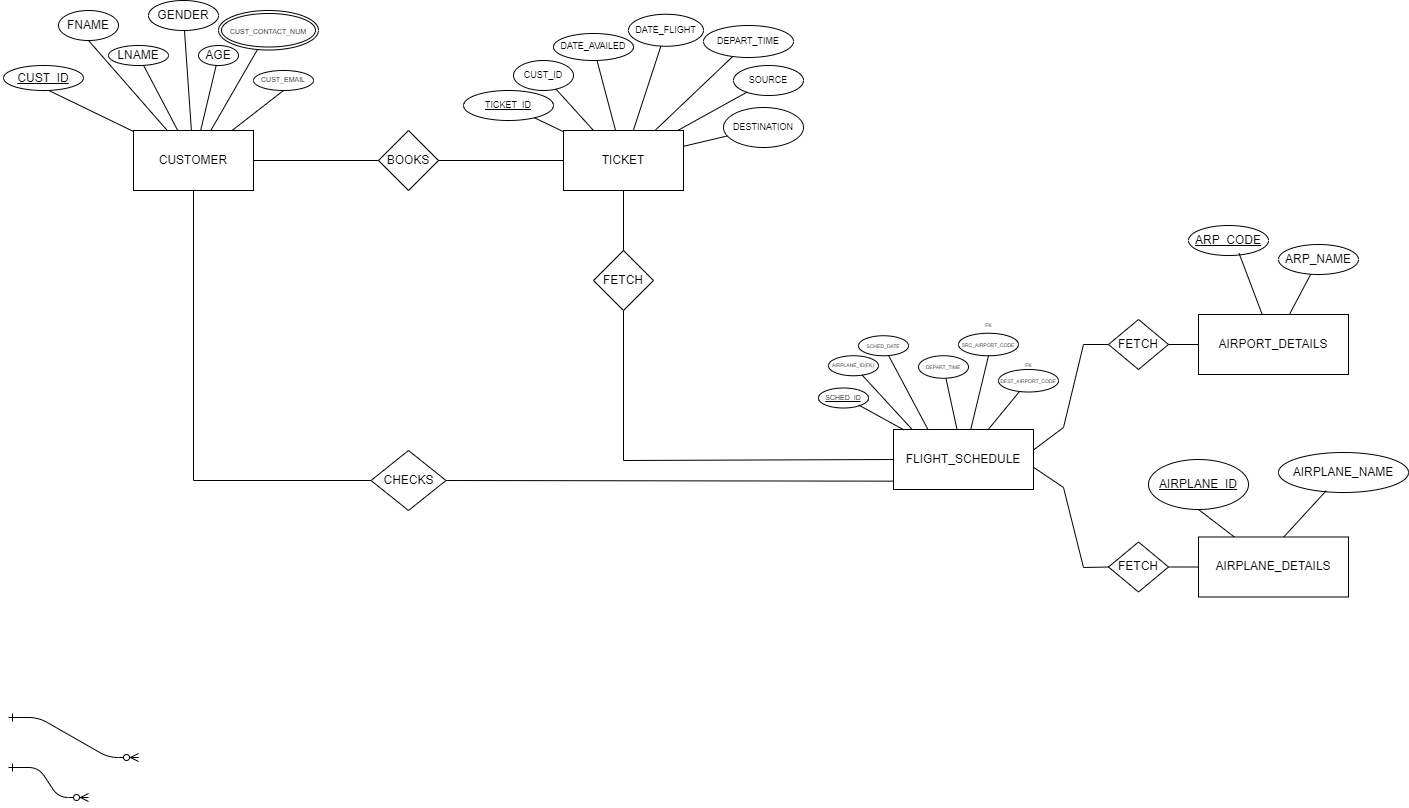
Before: AIRLINE RESERVATION SYSTEM.drawio.png, a diagram exported from draw.io (abhinav162/Diagrams). Source tidied: cells renumbered, new cells last; positions are measured from the earlier drawing's top-left corner, leaving out a move shared by most shapes.
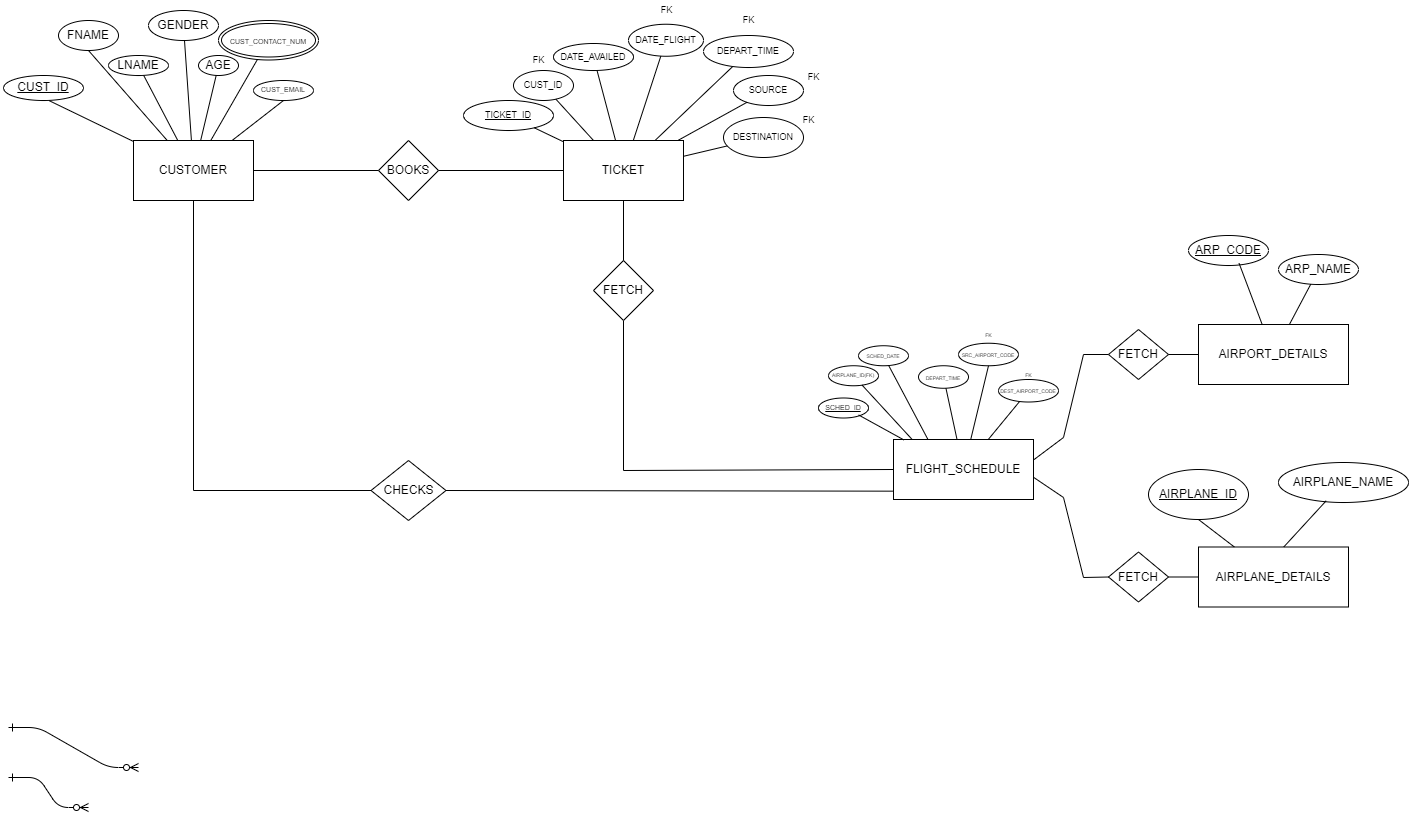
The same diagram one commit later.

The edit, as a diff of the source:
```diff
@@ -252,5 +252,20 @@
     <mxCell id="73" style="endArrow=none;html=1;rounded=0;strokeColor=default;strokeWidth=1;fontSize=9;entryX=0;entryY=0.5;entryDx=0;entryDy=0;" parent="1" edge="1" source="18" target="8">
       <mxGeometry relative="1" as="geometry" />
     </mxCell>
+    <mxCell id="74" value="FK" style="text;html=1;align=center;verticalAlign=middle;strokeColor=none;fillColor=none;fontSize=9;" parent="1" vertex="1">
+      <mxGeometry x="520" y="40" width="30" height="20" as="geometry" />
+    </mxCell>
+    <mxCell id="75" value="FK" style="text;html=1;align=center;verticalAlign=middle;strokeColor=none;fillColor=none;fontSize=9;" parent="1" vertex="1">
+      <mxGeometry x="647.5" y="-10" width="30" height="20" as="geometry" />
+    </mxCell>
+    <mxCell id="76" value="FK" style="text;html=1;align=center;verticalAlign=middle;strokeColor=none;fillColor=none;fontSize=9;" parent="1" vertex="1">
+      <mxGeometry x="730" width="30" height="20" as="geometry" />
+    </mxCell>
+    <mxCell id="77" value="FK" style="text;html=1;align=center;verticalAlign=middle;strokeColor=none;fillColor=none;fontSize=9;" parent="1" vertex="1">
+      <mxGeometry x="795" y="57" width="30" height="20" as="geometry" />
+    </mxCell>
+    <mxCell id="78" value="FK" style="text;html=1;align=center;verticalAlign=middle;strokeColor=none;fillColor=none;fontSize=9;" parent="1" vertex="1">
+      <mxGeometry x="790" y="100" width="30" height="20" as="geometry" />
+    </mxCell>
   </root>
 </mxGraphModel>
```
